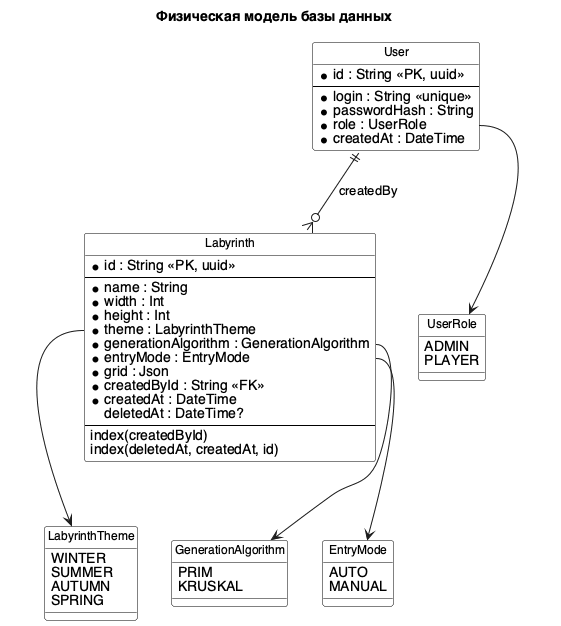
ozcnii/software-engineering keeps this PlantUML diagram as diagrams/data/physical-data-model.png. Above is the earlier version.
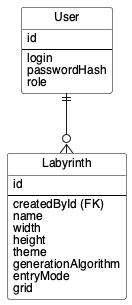
The same diagram one commit later.

Commit message:
docs: align report sections with reference, update data models and presentation

What changed in the source:
```diff
@@ -1,68 +1,34 @@
 @startuml
-title Физическая модель базы данных
-
+hide circle
 skinparam backgroundColor #FFFFFF
 skinparam DefaultFontName Helvetica
+skinparam DefaultFontSize 12
 skinparam class {
   BackgroundColor #FFFFFF
   BorderColor #000000
-  FontSize 12
 }
-hide circle
 
 entity "User" as User {
-  * id : String <<PK, uuid>>
+  id
   --
-  * login : String <<unique>>
-  * passwordHash : String
-  * role : UserRole
-  * createdAt : DateTime
+  login
+  passwordHash
+  role
 }
 
 entity "Labyrinth" as Labyrinth {
-  * id : String <<PK, uuid>>
+  id
   --
-  * name : String
-  * width : Int
-  * height : Int
-  * theme : LabyrinthTheme
-  * generationAlgorithm : GenerationAlgorithm
-  * entryMode : EntryMode
-  * grid : Json
-  * createdById : String <<FK>>
-  * createdAt : DateTime
-  deletedAt : DateTime?
-  --
-  index(createdById)
-  index(deletedAt, createdAt, id)
+  createdById (FK)
+  name
+  width
+  height
+  theme
+  generationAlgorithm
+  entryMode
+  grid
 }
 
-enum UserRole {
-  ADMIN
-  PLAYER
-}
-
-enum LabyrinthTheme {
-  WINTER
-  SUMMER
-  AUTUMN
-  SPRING
-}
-
-enum GenerationAlgorithm {
-  PRIM
-  KRUSKAL
-}
-
-enum EntryMode {
-  AUTO
-  MANUAL
-}
-
-User ||--o{ Labyrinth : createdBy
-User::role --> UserRole
-Labyrinth::theme --> LabyrinthTheme
-Labyrinth::generationAlgorithm --> GenerationAlgorithm
-Labyrinth::entryMode --> EntryMode
+User ||--o{ Labyrinth
 
 @enduml
```
